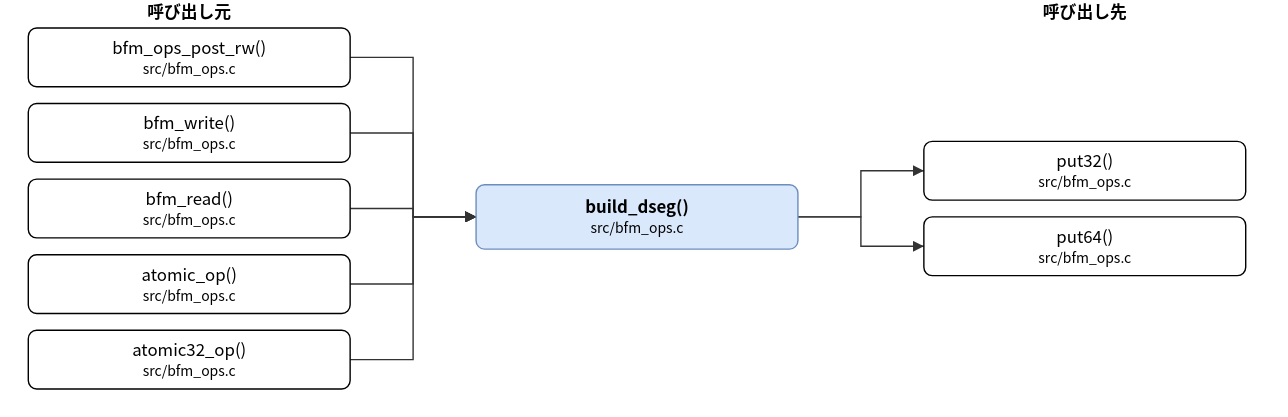
Earlier version of the draw.io export doc/spec/images/call_src_bfm_ops-build_dseg.drawio.svg (hf355051012-ai/bfmem). Source tidied: cells renumbered, new cells last; positions are measured from the earlier drawing's top-left corner, leaving out a move shared by most shapes.
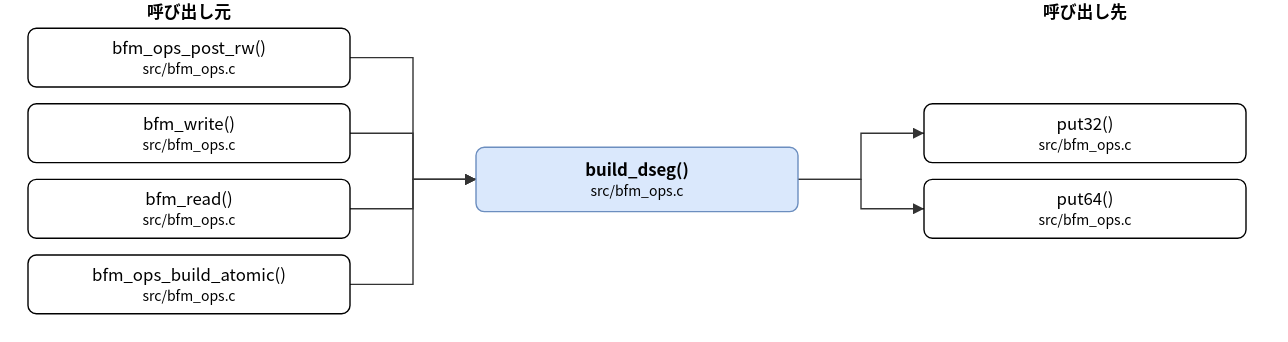
Above is the later version.

Diff of the diagram source:
```diff
@@ -3,7 +3,7 @@
     <mxCell id="0" />
     <mxCell id="1" parent="0" />
     <mxCell id="2" value="build_dseg()&lt;br&gt;&lt;font style=&quot;font-size:10px&quot;&gt;src/bfm_ops.c&lt;/font&gt;" style="rounded=1;whiteSpace=wrap;html=1;fillColor=#dae8fc;strokeColor=#6c8ebf;fontStyle=1;" parent="1" vertex="1">
-      <mxGeometry x="320" y="132" width="230" height="46" as="geometry" />
+      <mxGeometry x="320" y="105" width="230" height="46" as="geometry" />
     </mxCell>
     <mxCell id="3" value="bfm_ops_post_rw()&lt;br&gt;&lt;font style=&quot;font-size:10px&quot;&gt;src/bfm_ops.c&lt;/font&gt;" style="rounded=1;whiteSpace=wrap;html=1;" parent="1" vertex="1">
       <mxGeometry y="20" width="230" height="42" as="geometry" />
@@ -14,23 +14,20 @@
     <mxCell id="5" value="bfm_read()&lt;br&gt;&lt;font style=&quot;font-size:10px&quot;&gt;src/bfm_ops.c&lt;/font&gt;" style="rounded=1;whiteSpace=wrap;html=1;" parent="1" vertex="1">
       <mxGeometry y="128" width="230" height="42" as="geometry" />
     </mxCell>
-    <mxCell id="6" value="atomic_op()&lt;br&gt;&lt;font style=&quot;font-size:10px&quot;&gt;src/bfm_ops.c&lt;/font&gt;" style="rounded=1;whiteSpace=wrap;html=1;" parent="1" vertex="1">
+    <mxCell id="6" value="bfm_ops_build_atomic()&lt;br&gt;&lt;font style=&quot;font-size:10px&quot;&gt;src/bfm_ops.c&lt;/font&gt;" style="rounded=1;whiteSpace=wrap;html=1;" parent="1" vertex="1">
       <mxGeometry y="182" width="230" height="42" as="geometry" />
     </mxCell>
-    <mxCell id="7" value="atomic32_op()&lt;br&gt;&lt;font style=&quot;font-size:10px&quot;&gt;src/bfm_ops.c&lt;/font&gt;" style="rounded=1;whiteSpace=wrap;html=1;" parent="1" vertex="1">
-      <mxGeometry y="236" width="230" height="42" as="geometry" />
-    </mxCell>
     <mxCell id="8" value="put32()&lt;br&gt;&lt;font style=&quot;font-size:10px&quot;&gt;src/bfm_ops.c&lt;/font&gt;" style="rounded=1;whiteSpace=wrap;html=1;" parent="1" vertex="1">
-      <mxGeometry x="640" y="101" width="230" height="42" as="geometry" />
+      <mxGeometry x="640" y="74" width="230" height="42" as="geometry" />
     </mxCell>
     <mxCell id="9" value="put64()&lt;br&gt;&lt;font style=&quot;font-size:10px&quot;&gt;src/bfm_ops.c&lt;/font&gt;" style="rounded=1;whiteSpace=wrap;html=1;" parent="1" vertex="1">
-      <mxGeometry x="640" y="155" width="230" height="42" as="geometry" />
+      <mxGeometry x="640" y="128" width="230" height="42" as="geometry" />
     </mxCell>
     <mxCell id="10" style="edgeStyle=none;html=1;rounded=0;endArrow=block;endFill=1;exitX=1.0000;exitY=0.5000;exitDx=0;exitDy=0;exitPerimeter=0;entryX=0.0000;entryY=0.5000;entryDx=0;entryDy=0;entryPerimeter=0;" parent="1" edge="1" source="3" target="2">
       <mxGeometry relative="1" as="geometry">
         <Array as="points">
           <mxPoint x="275" y="41" />
-          <mxPoint x="275" y="155" />
+          <mxPoint x="275" y="128" />
         </Array>
       </mxGeometry>
     </mxCell>
@@ -38,7 +35,7 @@
       <mxGeometry relative="1" as="geometry">
         <Array as="points">
           <mxPoint x="275" y="95" />
-          <mxPoint x="275" y="155" />
+          <mxPoint x="275" y="128" />
         </Array>
       </mxGeometry>
     </mxCell>
@@ -46,7 +43,7 @@
       <mxGeometry relative="1" as="geometry">
         <Array as="points">
           <mxPoint x="275" y="149" />
-          <mxPoint x="275" y="155" />
+          <mxPoint x="275" y="128" />
         </Array>
       </mxGeometry>
     </mxCell>
@@ -54,34 +51,26 @@
       <mxGeometry relative="1" as="geometry">
         <Array as="points">
           <mxPoint x="275" y="203" />
-          <mxPoint x="275" y="155" />
+          <mxPoint x="275" y="128" />
         </Array>
       </mxGeometry>
     </mxCell>
-    <mxCell id="14" style="edgeStyle=none;html=1;rounded=0;endArrow=block;endFill=1;exitX=1.0000;exitY=0.5000;exitDx=0;exitDy=0;exitPerimeter=0;entryX=0.0000;entryY=0.5000;entryDx=0;entryDy=0;entryPerimeter=0;" parent="1" edge="1" source="7" target="2">
+    <mxCell id="14" style="edgeStyle=none;html=1;rounded=0;endArrow=block;endFill=1;exitX=1.0000;exitY=0.5000;exitDx=0;exitDy=0;exitPerimeter=0;entryX=0.0000;entryY=0.5000;entryDx=0;entryDy=0;entryPerimeter=0;" parent="1" edge="1" source="2" target="8">
       <mxGeometry relative="1" as="geometry">
         <Array as="points">
-          <mxPoint x="275" y="257" />
-          <mxPoint x="275" y="155" />
+          <mxPoint x="595" y="128" />
+          <mxPoint x="595" y="95" />
         </Array>
       </mxGeometry>
     </mxCell>
-    <mxCell id="15" style="edgeStyle=none;html=1;rounded=0;endArrow=block;endFill=1;exitX=1.0000;exitY=0.5000;exitDx=0;exitDy=0;exitPerimeter=0;entryX=0.0000;entryY=0.5000;entryDx=0;entryDy=0;entryPerimeter=0;" parent="1" edge="1" source="2" target="8">
+    <mxCell id="15" style="edgeStyle=none;html=1;rounded=0;endArrow=block;endFill=1;exitX=1.0000;exitY=0.5000;exitDx=0;exitDy=0;exitPerimeter=0;entryX=0.0000;entryY=0.5000;entryDx=0;entryDy=0;entryPerimeter=0;" parent="1" edge="1" source="2" target="9">
       <mxGeometry relative="1" as="geometry">
         <Array as="points">
-          <mxPoint x="595" y="155" />
-          <mxPoint x="595" y="122" />
+          <mxPoint x="595" y="128" />
+          <mxPoint x="595" y="149" />
         </Array>
       </mxGeometry>
     </mxCell>
-    <mxCell id="16" style="edgeStyle=none;html=1;rounded=0;endArrow=block;endFill=1;exitX=1.0000;exitY=0.5000;exitDx=0;exitDy=0;exitPerimeter=0;entryX=0.0000;entryY=0.5000;entryDx=0;entryDy=0;entryPerimeter=0;" parent="1" edge="1" source="2" target="9">
-      <mxGeometry relative="1" as="geometry">
-        <Array as="points">
-          <mxPoint x="595" y="155" />
-          <mxPoint x="595" y="176" />
-        </Array>
-      </mxGeometry>
-    </mxCell>
     <mxCell id="17" value="呼び出し元" style="text;html=1;align=center;fontStyle=1;" parent="1" vertex="1">
       <mxGeometry x="35" width="160" height="18" as="geometry" />
     </mxCell>
```
